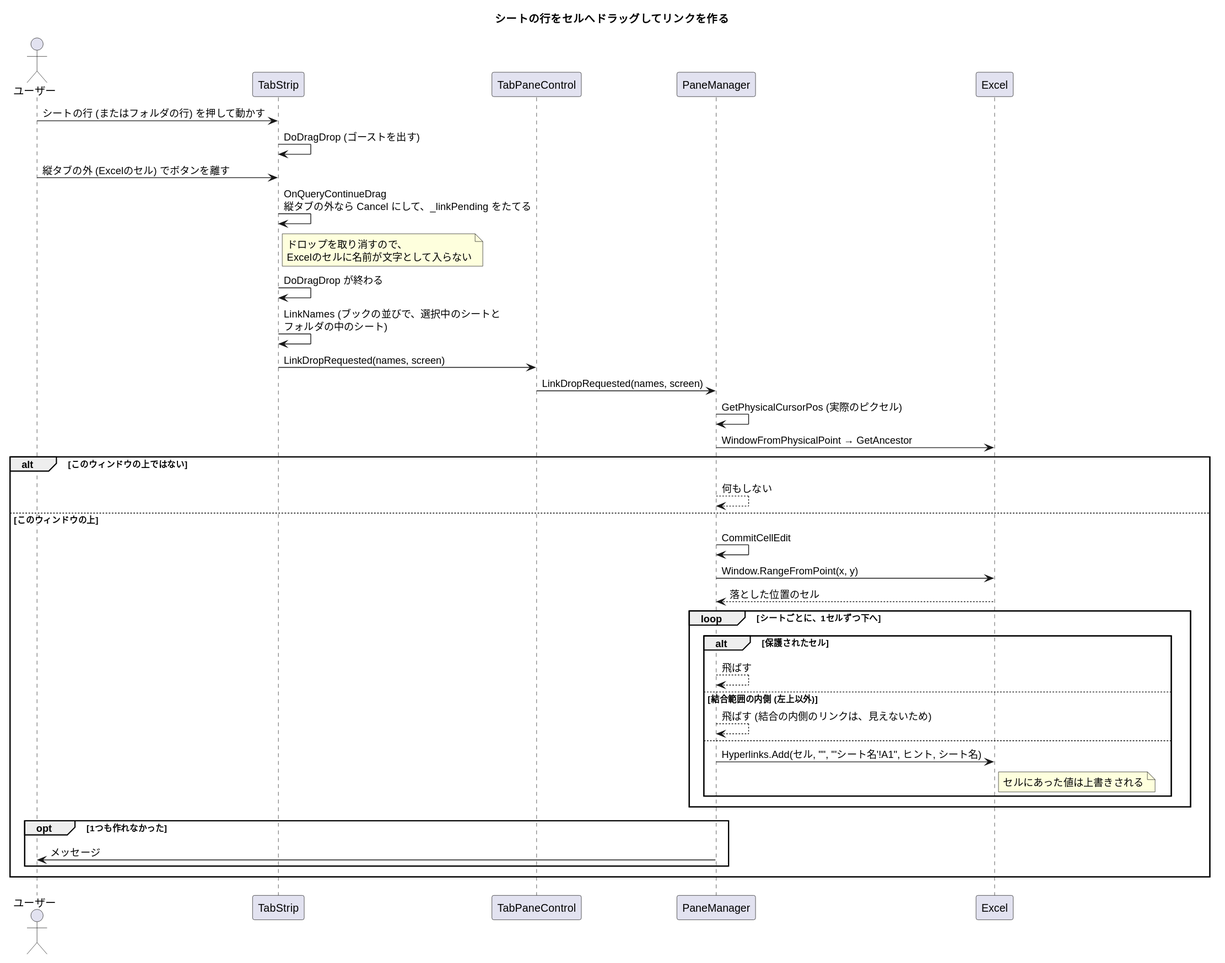
This is docs/sequence-link.svg from nk-taka623/VerticalSheetTabs, a PlantUML export, as it was before one commit.
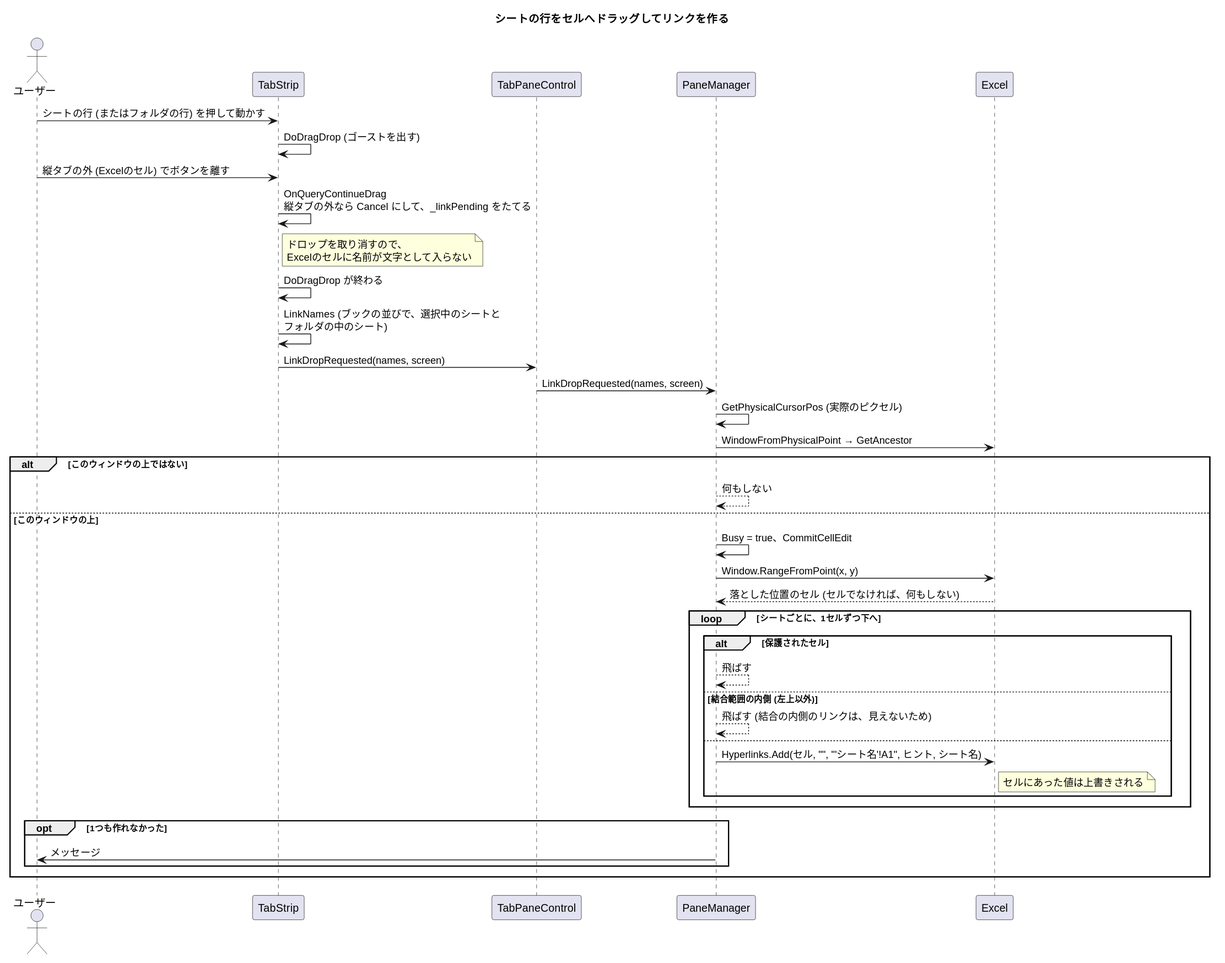
The same diagram one commit later.

Diff of the diagram source:
```diff
@@ -23,9 +23,9 @@
 alt このウィンドウの上ではない
   P --> P : 何もしない
 else このウィンドウの上
-  P -> P : CommitCellEdit
+  P -> P : Busy = true、CommitCellEdit
   P -> XL : Window.RangeFromPoint(x, y)
-  XL --> P : 落とした位置のセル
+  XL --> P : 落とした位置のセル (セルでなければ、何もしない)
   loop シートごとに、1セルずつ下へ
     alt 保護されたセル
       P --> P : 飛ばす
```
